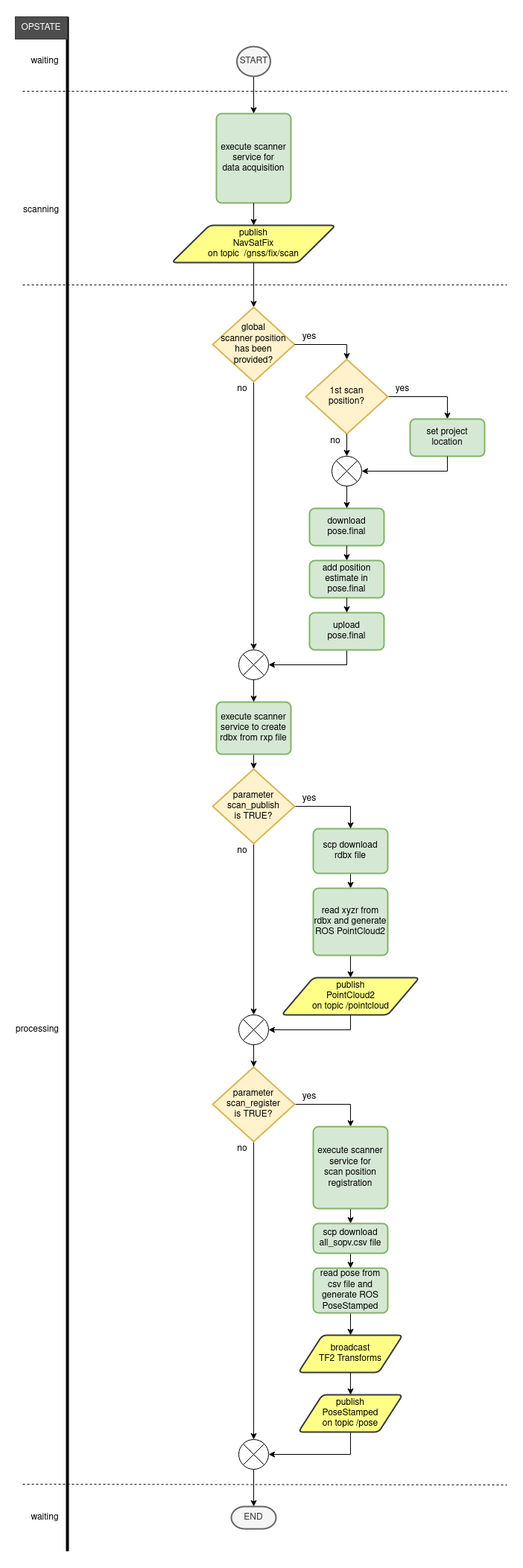
Before: riegl_vz/img/scan.png, a diagram exported from draw.io (riegllms/ros-riegl-vz). Source tidied: cells renumbered, new cells last; positions are measured from the earlier drawing's top-left corner, leaving out a move shared by most shapes.
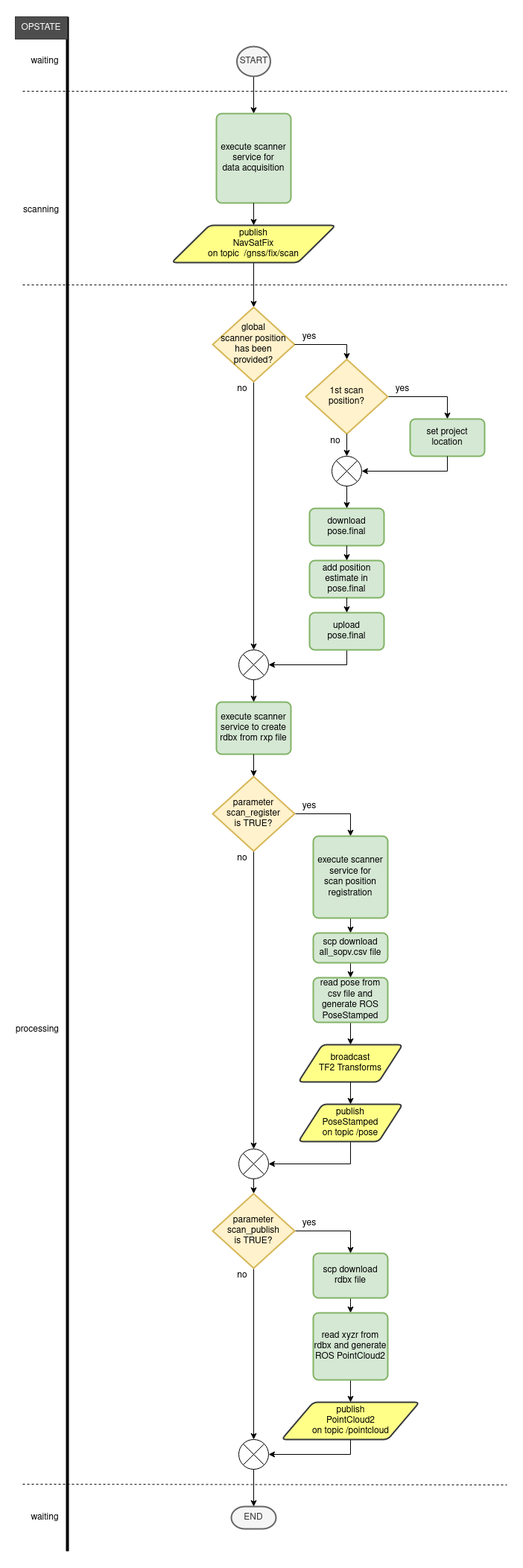
After the commit.

Commit message:
Many improvements in diagnostics data, scan acquisition and timestamping.

Diff of the diagram source:
```diff
@@ -22,41 +22,9 @@
     <mxCell id="7" value="scanning" style="text;html=1;strokeColor=none;fillColor=none;align=center;verticalAlign=middle;whiteSpace=wrap;rounded=0;" parent="1" vertex="1">
       <mxGeometry x="10" y="250" width="50" height="20" as="geometry" />
     </mxCell>
-    <mxCell id="8" style="edgeStyle=orthogonalEdgeStyle;rounded=0;jettySize=auto;html=1;exitX=0.5;exitY=1;exitDx=0;exitDy=0;entryX=0.5;entryY=0;entryDx=0;entryDy=0;entryPerimeter=0;" parent="1" edge="1" source="9" target="14">
-      <mxGeometry relative="1" as="geometry" />
-    </mxCell>
     <mxCell id="9" value="&lt;div&gt;execute scanner service to create rdbx from rxp file&lt;/div&gt;" style="rounded=1;whiteSpace=wrap;html=1;absoluteArcSize=1;arcSize=14;strokeWidth=2;fillColor=#d5e8d4;strokeColor=#82b366;" parent="1" vertex="1">
       <mxGeometry x="270" y="920" width="100" height="70" as="geometry" />
     </mxCell>
-    <mxCell id="10" style="edgeStyle=orthogonalEdgeStyle;rounded=0;jettySize=auto;html=1;exitX=0.5;exitY=1;exitDx=0;exitDy=0;entryX=0.5;entryY=0;entryDx=0;entryDy=0;" parent="1" edge="1" source="11" target="16">
-      <mxGeometry relative="1" as="geometry" />
-    </mxCell>
-    <mxCell id="11" value="&lt;div&gt;scp download &lt;br&gt;&lt;/div&gt;&lt;div&gt;rdbx file&lt;br&gt;&lt;/div&gt;" style="rounded=1;whiteSpace=wrap;html=1;absoluteArcSize=1;arcSize=14;strokeWidth=2;fillColor=#d5e8d4;strokeColor=#82b366;" parent="1" vertex="1">
-      <mxGeometry x="400" y="1090" width="100" height="60" as="geometry" />
-    </mxCell>
-    <mxCell id="12" style="edgeStyle=orthogonalEdgeStyle;rounded=0;jettySize=auto;html=1;exitX=1;exitY=0.5;exitDx=0;exitDy=0;exitPerimeter=0;entryX=0.5;entryY=0;entryDx=0;entryDy=0;" parent="1" edge="1" source="14" target="11">
-      <mxGeometry relative="1" as="geometry" />
-    </mxCell>
-    <mxCell id="13" style="edgeStyle=orthogonalEdgeStyle;rounded=0;jettySize=auto;html=1;exitX=0.5;exitY=1;exitDx=0;exitDy=0;exitPerimeter=0;" parent="1" edge="1" source="14" target="32">
-      <mxGeometry relative="1" as="geometry" />
-    </mxCell>
-    <mxCell id="14" value="&lt;div&gt;parameter&lt;/div&gt;&lt;div&gt;scan_publish&lt;/div&gt;&lt;div&gt;is TRUE?&lt;br&gt;&lt;/div&gt;" style="strokeWidth=2;html=1;shape=mxgraph.flowchart.decision;whiteSpace=wrap;fillColor=#fff2cc;strokeColor=#d6b656;" parent="1" vertex="1">
-      <mxGeometry x="265" y="1010" width="110" height="100" as="geometry" />
-    </mxCell>
-    <mxCell id="15" style="edgeStyle=orthogonalEdgeStyle;rounded=0;jettySize=auto;html=1;exitX=0.5;exitY=1;exitDx=0;exitDy=0;entryX=0.5;entryY=0;entryDx=0;entryDy=0;" parent="1" edge="1" source="16" target="39">
-      <mxGeometry relative="1" as="geometry" />
-    </mxCell>
-    <mxCell id="16" value="&lt;div&gt;read xyzr from rdbx and generate&lt;br&gt;&lt;/div&gt;&lt;div&gt;ROS PointCloud2&lt;br&gt;&lt;/div&gt;" style="rounded=1;whiteSpace=wrap;html=1;absoluteArcSize=1;arcSize=14;strokeWidth=2;fillColor=#d5e8d4;strokeColor=#82b366;" parent="1" vertex="1">
-      <mxGeometry x="400" y="1170" width="100" height="90" as="geometry" />
-    </mxCell>
-    <mxCell id="17" style="edgeStyle=orthogonalEdgeStyle;rounded=0;jettySize=auto;html=1;exitX=0.5;exitY=1;exitDx=0;exitDy=0;entryX=1;entryY=0.5;entryDx=0;entryDy=0;entryPerimeter=0;" parent="1" edge="1" source="39" target="32">
-      <mxGeometry relative="1" as="geometry">
-        <Array as="points">
-          <mxPoint x="450" y="1330" />
-          <mxPoint x="450" y="1360" />
-        </Array>
-      </mxGeometry>
-    </mxCell>
     <mxCell id="18" style="endArrow=none;dashed=1;html=1;" parent="1" edge="1">
       <mxGeometry relative="1" as="geometry">
         <mxPoint x="10" y="360" as="sourcePoint" />
@@ -73,19 +41,19 @@
       <mxGeometry relative="1" as="geometry" />
     </mxCell>
     <mxCell id="22" value="&lt;div&gt;parameter&lt;/div&gt;&lt;div&gt;scan_register&lt;/div&gt;&lt;div&gt;is TRUE?&lt;br&gt;&lt;/div&gt;" style="strokeWidth=2;html=1;shape=mxgraph.flowchart.decision;whiteSpace=wrap;fillColor=#fff2cc;strokeColor=#d6b656;" parent="1" vertex="1">
-      <mxGeometry x="265" y="1410" width="110" height="100" as="geometry" />
+      <mxGeometry x="265" y="1020" width="110" height="100" as="geometry" />
     </mxCell>
     <mxCell id="23" style="edgeStyle=orthogonalEdgeStyle;rounded=0;jettySize=auto;html=1;exitX=0.5;exitY=1;exitDx=0;exitDy=0;entryX=0.5;entryY=0;entryDx=0;entryDy=0;" parent="1" edge="1" source="24" target="29">
       <mxGeometry relative="1" as="geometry" />
     </mxCell>
     <mxCell id="24" value="&lt;div&gt;&lt;br&gt;&lt;/div&gt;&lt;div&gt;execute scanner service for &lt;br&gt;&lt;/div&gt;&lt;div&gt;scan position registration&lt;/div&gt;&lt;div&gt;&lt;br&gt;&lt;/div&gt;" style="rounded=1;whiteSpace=wrap;html=1;absoluteArcSize=1;arcSize=14;strokeWidth=2;fillColor=#d5e8d4;strokeColor=#82b366;" parent="1" vertex="1">
-      <mxGeometry x="400" y="1490" width="100" height="110" as="geometry" />
+      <mxGeometry x="400" y="1100" width="100" height="110" as="geometry" />
     </mxCell>
     <mxCell id="25" style="edgeStyle=orthogonalEdgeStyle;rounded=0;jettySize=auto;html=1;exitX=0.5;exitY=1;exitDx=0;exitDy=0;entryX=0.5;entryY=0;entryDx=0;entryDy=0;" parent="1" edge="1" source="26" target="40">
       <mxGeometry relative="1" as="geometry" />
     </mxCell>
     <mxCell id="26" value="&lt;div&gt;read pose from &lt;br&gt;&lt;/div&gt;&lt;div&gt;csv file and generate ROS PoseStamped&lt;br&gt;&lt;/div&gt;" style="rounded=1;whiteSpace=wrap;html=1;absoluteArcSize=1;arcSize=14;strokeWidth=2;fillColor=#d5e8d4;strokeColor=#82b366;" parent="1" vertex="1">
-      <mxGeometry x="400" y="1680" width="100" height="60" as="geometry" />
+      <mxGeometry x="400" y="1290" width="100" height="60" as="geometry" />
     </mxCell>
     <mxCell id="27" style="edgeStyle=orthogonalEdgeStyle;rounded=0;jettySize=auto;html=1;exitX=0.5;exitY=1;exitDx=0;exitDy=0;entryX=1;entryY=0.5;entryDx=0;entryDy=0;entryPerimeter=0;" parent="1" edge="1" source="68" target="34">
       <mxGeometry relative="1" as="geometry" />
@@ -94,22 +62,19 @@
       <mxGeometry relative="1" as="geometry" />
     </mxCell>
     <mxCell id="29" value="&lt;div&gt;scp download &lt;br&gt;&lt;/div&gt;&lt;div&gt;all_sopv.csv file&lt;br&gt;&lt;/div&gt;" style="rounded=1;whiteSpace=wrap;html=1;absoluteArcSize=1;arcSize=14;strokeWidth=2;fillColor=#d5e8d4;strokeColor=#82b366;" parent="1" vertex="1">
-      <mxGeometry x="400" y="1620" width="100" height="40" as="geometry" />
+      <mxGeometry x="400" y="1230" width="100" height="40" as="geometry" />
     </mxCell>
     <mxCell id="30" value="waiting" style="text;html=1;strokeColor=none;fillColor=none;align=center;verticalAlign=middle;whiteSpace=wrap;rounded=0;" parent="1" vertex="1">
       <mxGeometry x="20" y="2005" width="40" height="20" as="geometry" />
     </mxCell>
-    <mxCell id="31" style="edgeStyle=orthogonalEdgeStyle;rounded=0;jettySize=auto;html=1;exitX=0.5;exitY=1;exitDx=0;exitDy=0;exitPerimeter=0;entryX=0.5;entryY=0;entryDx=0;entryDy=0;entryPerimeter=0;" parent="1" edge="1" source="32" target="22">
+    <mxCell id="31" style="edgeStyle=orthogonalEdgeStyle;rounded=0;jettySize=auto;html=1;exitX=0.5;exitY=1;exitDx=0;exitDy=0;entryX=0.5;entryY=0;entryDx=0;entryDy=0;entryPerimeter=0;" parent="1" edge="1" source="9" target="22">
       <mxGeometry relative="1" as="geometry" />
     </mxCell>
-    <mxCell id="32" style="verticalLabelPosition=bottom;verticalAlign=top;html=1;shape=mxgraph.flowchart.or;" parent="1" vertex="1">
-      <mxGeometry x="300" y="1340" width="40" height="40" as="geometry" />
-    </mxCell>
-    <mxCell id="33" style="edgeStyle=orthogonalEdgeStyle;rounded=0;jettySize=auto;html=1;exitX=0.5;exitY=1;exitDx=0;exitDy=0;exitPerimeter=0;entryX=0.5;entryY=0;entryDx=0;entryDy=0;entryPerimeter=0;" parent="1" edge="1" source="34" target="36">
+    <mxCell id="33" style="edgeStyle=orthogonalEdgeStyle;rounded=0;jettySize=auto;html=1;exitX=0.5;exitY=1;exitDx=0;exitDy=0;exitPerimeter=0;entryX=0.5;entryY=0;entryDx=0;entryDy=0;entryPerimeter=0;" parent="1" edge="1" source="34" target="14">
       <mxGeometry relative="1" as="geometry" />
     </mxCell>
     <mxCell id="34" style="verticalLabelPosition=bottom;verticalAlign=top;html=1;shape=mxgraph.flowchart.or;" parent="1" vertex="1">
-      <mxGeometry x="300" y="1910" width="40" height="40" as="geometry" />
+      <mxGeometry x="300" y="1520" width="40" height="40" as="geometry" />
     </mxCell>
     <mxCell id="35" style="endArrow=none;dashed=1;html=1;" parent="1" edge="1">
       <mxGeometry relative="1" as="geometry">
@@ -129,11 +94,8 @@
         <mxPoint x="660" y="100" as="targetPoint" />
       </mxGeometry>
     </mxCell>
-    <mxCell id="39" value="&lt;div&gt;publish&lt;/div&gt;&lt;div&gt;PointCloud2&lt;/div&gt;&lt;div&gt;on topic /pointcloud&lt;br&gt;&lt;/div&gt;" style="shape=parallelogram;html=1;strokeWidth=2;perimeter=parallelogramPerimeter;whiteSpace=wrap;rounded=1;arcSize=12;size=0.23;fillColor=#ffff88;strokeColor=#36393d;" parent="1" vertex="1">
-      <mxGeometry x="357.5" y="1290" width="185" height="50" as="geometry" />
-    </mxCell>
     <mxCell id="40" value="&lt;div&gt;broadcast&lt;/div&gt;&lt;div&gt;TF2 Transforms&lt;br&gt;&lt;/div&gt;" style="shape=parallelogram;html=1;strokeWidth=2;perimeter=parallelogramPerimeter;whiteSpace=wrap;rounded=1;arcSize=12;size=0.23;fillColor=#ffff88;strokeColor=#36393d;" parent="1" vertex="1">
-      <mxGeometry x="380" y="1770" width="140" height="50" as="geometry" />
+      <mxGeometry x="380" y="1380" width="140" height="50" as="geometry" />
     </mxCell>
     <mxCell id="41" value="OPSTATE" style="rounded=0;whiteSpace=wrap;html=1;strokeColor=#36393d;fillColor=#4D4D4D;fontColor=#FFFFFF;" parent="1" vertex="1">
       <mxGeometry width="70" height="30" as="geometry" />
@@ -206,11 +168,8 @@
     <mxCell id="59" style="endArrow=classic;html=1;exitX=0.5;exitY=1;exitDx=0;exitDy=0;exitPerimeter=0;entryX=0.5;entryY=0;entryDx=0;entryDy=0;" parent="1" edge="1" source="55" target="49">
       <mxGeometry relative="1" as="geometry" />
     </mxCell>
-    <mxCell id="60" value="yes" style="text;html=1;strokeColor=none;fillColor=none;align=center;verticalAlign=middle;whiteSpace=wrap;rounded=0;" parent="1" vertex="1">
-      <mxGeometry x="375" y="1040" width="40" height="20" as="geometry" />
-    </mxCell>
     <mxCell id="61" value="yes" style="text;html=1;strokeColor=none;fillColor=none;align=center;verticalAlign=middle;whiteSpace=wrap;rounded=0;" parent="1" vertex="1">
-      <mxGeometry x="375" y="1440" width="40" height="20" as="geometry" />
+      <mxGeometry x="375" y="1050" width="40" height="20" as="geometry" />
     </mxCell>
     <mxCell id="62" value="yes" style="text;html=1;strokeColor=none;fillColor=none;align=center;verticalAlign=middle;whiteSpace=wrap;rounded=0;" parent="1" vertex="1">
       <mxGeometry x="500" y="490" width="40" height="20" as="geometry" />
@@ -224,14 +183,11 @@
     <mxCell id="65" value="no" style="text;html=1;strokeColor=none;fillColor=none;align=center;verticalAlign=middle;whiteSpace=wrap;rounded=0;" parent="1" vertex="1">
       <mxGeometry x="410" y="560" width="40" height="20" as="geometry" />
     </mxCell>
-    <mxCell id="66" value="no" style="text;html=1;strokeColor=none;fillColor=none;align=center;verticalAlign=middle;whiteSpace=wrap;rounded=0;" parent="1" vertex="1">
-      <mxGeometry x="285" y="1110" width="40" height="20" as="geometry" />
-    </mxCell>
     <mxCell id="67" value="no" style="text;html=1;strokeColor=none;fillColor=none;align=center;verticalAlign=middle;whiteSpace=wrap;rounded=0;" parent="1" vertex="1">
-      <mxGeometry x="285" y="1510" width="40" height="20" as="geometry" />
+      <mxGeometry x="285" y="1120" width="40" height="20" as="geometry" />
     </mxCell>
     <mxCell id="68" value="&lt;div&gt;publish&lt;/div&gt;&lt;div&gt;PoseStamped &lt;br&gt;&lt;/div&gt;&lt;div&gt;on topic /pose&lt;br&gt;&lt;/div&gt;" style="shape=parallelogram;html=1;strokeWidth=2;perimeter=parallelogramPerimeter;whiteSpace=wrap;rounded=1;arcSize=12;size=0.23;fillColor=#ffff88;strokeColor=#36393d;" parent="1" vertex="1">
-      <mxGeometry x="380" y="1850" width="140" height="50" as="geometry" />
+      <mxGeometry x="380" y="1460" width="140" height="50" as="geometry" />
     </mxCell>
     <mxCell id="69" style="edgeStyle=orthogonalEdgeStyle;rounded=0;jettySize=auto;html=1;exitX=0.5;exitY=1;exitDx=0;exitDy=0;entryX=0.5;entryY=0;entryDx=0;entryDy=0;" parent="1" edge="1" source="40" target="68">
       <mxGeometry relative="1" as="geometry" />
@@ -242,5 +198,49 @@
     <mxCell id="71" style="endArrow=classic;html=1;rounded=0;exitX=0.5;exitY=1;exitDx=0;exitDy=0;entryX=0.5;entryY=0;entryDx=0;entryDy=0;" parent="1" edge="1" source="4" target="70">
       <mxGeometry relative="1" as="geometry" />
     </mxCell>
+    <mxCell id="10" style="edgeStyle=orthogonalEdgeStyle;rounded=0;jettySize=auto;html=1;exitX=0.5;exitY=1;exitDx=0;exitDy=0;entryX=0.5;entryY=0;entryDx=0;entryDy=0;" parent="1" edge="1" source="11" target="16">
+      <mxGeometry relative="1" as="geometry" />
+    </mxCell>
+    <mxCell id="11" value="&lt;div&gt;scp download &lt;br&gt;&lt;/div&gt;&lt;div&gt;rdbx file&lt;br&gt;&lt;/div&gt;" style="rounded=1;whiteSpace=wrap;html=1;absoluteArcSize=1;arcSize=14;strokeWidth=2;fillColor=#d5e8d4;strokeColor=#82b366;" parent="1" vertex="1">
+      <mxGeometry x="400" y="1660" width="100" height="60" as="geometry" />
+    </mxCell>
+    <mxCell id="12" style="edgeStyle=orthogonalEdgeStyle;rounded=0;jettySize=auto;html=1;exitX=1;exitY=0.5;exitDx=0;exitDy=0;exitPerimeter=0;entryX=0.5;entryY=0;entryDx=0;entryDy=0;" parent="1" edge="1" source="14" target="11">
+      <mxGeometry relative="1" as="geometry" />
+    </mxCell>
+    <mxCell id="72" style="edgeStyle=orthogonalEdgeStyle;rounded=0;jettySize=auto;html=1;exitX=0.5;exitY=1;exitDx=0;exitDy=0;exitPerimeter=0;" parent="1" edge="1" source="14" target="74">
+      <mxGeometry relative="1" as="geometry" />
+    </mxCell>
+    <mxCell id="14" value="&lt;div&gt;parameter&lt;/div&gt;&lt;div&gt;scan_publish&lt;/div&gt;&lt;div&gt;is TRUE?&lt;br&gt;&lt;/div&gt;" style="strokeWidth=2;html=1;shape=mxgraph.flowchart.decision;whiteSpace=wrap;fillColor=#fff2cc;strokeColor=#d6b656;" parent="1" vertex="1">
+      <mxGeometry x="265" y="1580" width="110" height="100" as="geometry" />
+    </mxCell>
+    <mxCell id="15" style="edgeStyle=orthogonalEdgeStyle;rounded=0;jettySize=auto;html=1;exitX=0.5;exitY=1;exitDx=0;exitDy=0;entryX=0.5;entryY=0;entryDx=0;entryDy=0;" parent="1" edge="1" source="16" target="39">
+      <mxGeometry relative="1" as="geometry" />
+    </mxCell>
+    <mxCell id="16" value="&lt;div&gt;read xyzr from rdbx and generate&lt;br&gt;&lt;/div&gt;&lt;div&gt;ROS PointCloud2&lt;br&gt;&lt;/div&gt;" style="rounded=1;whiteSpace=wrap;html=1;absoluteArcSize=1;arcSize=14;strokeWidth=2;fillColor=#d5e8d4;strokeColor=#82b366;" parent="1" vertex="1">
+      <mxGeometry x="400" y="1740" width="100" height="90" as="geometry" />
+    </mxCell>
+    <mxCell id="73" style="edgeStyle=orthogonalEdgeStyle;rounded=0;jettySize=auto;html=1;exitX=0.5;exitY=1;exitDx=0;exitDy=0;entryX=1;entryY=0.5;entryDx=0;entryDy=0;entryPerimeter=0;" parent="1" edge="1" source="39" target="74">
+      <mxGeometry relative="1" as="geometry">
+        <Array as="points">
+          <mxPoint x="450" y="1900" />
+          <mxPoint x="450" y="1930" />
+        </Array>
+      </mxGeometry>
+    </mxCell>
+    <mxCell id="74" style="verticalLabelPosition=bottom;verticalAlign=top;html=1;shape=mxgraph.flowchart.or;" parent="1" vertex="1">
+      <mxGeometry x="300" y="1910" width="40" height="40" as="geometry" />
+    </mxCell>
+    <mxCell id="39" value="&lt;div&gt;publish&lt;/div&gt;&lt;div&gt;PointCloud2&lt;/div&gt;&lt;div&gt;on topic /pointcloud&lt;br&gt;&lt;/div&gt;" style="shape=parallelogram;html=1;strokeWidth=2;perimeter=parallelogramPerimeter;whiteSpace=wrap;rounded=1;arcSize=12;size=0.23;fillColor=#ffff88;strokeColor=#36393d;" parent="1" vertex="1">
+      <mxGeometry x="357.5" y="1860" width="185" height="50" as="geometry" />
+    </mxCell>
+    <mxCell id="60" value="yes" style="text;html=1;strokeColor=none;fillColor=none;align=center;verticalAlign=middle;whiteSpace=wrap;rounded=0;" parent="1" vertex="1">
+      <mxGeometry x="375" y="1610" width="40" height="20" as="geometry" />
+    </mxCell>
+    <mxCell id="66" value="no" style="text;html=1;strokeColor=none;fillColor=none;align=center;verticalAlign=middle;whiteSpace=wrap;rounded=0;" parent="1" vertex="1">
+      <mxGeometry x="285" y="1680" width="40" height="20" as="geometry" />
+    </mxCell>
+    <mxCell id="75" style="endArrow=classic;html=1;rounded=0;exitX=0.5;exitY=1;exitDx=0;exitDy=0;exitPerimeter=0;entryX=0.5;entryY=0;entryDx=0;entryDy=0;entryPerimeter=0;" parent="1" edge="1" source="74" target="36">
+      <mxGeometry relative="1" as="geometry" />
+    </mxCell>
   </root>
 </mxGraphModel>
```
